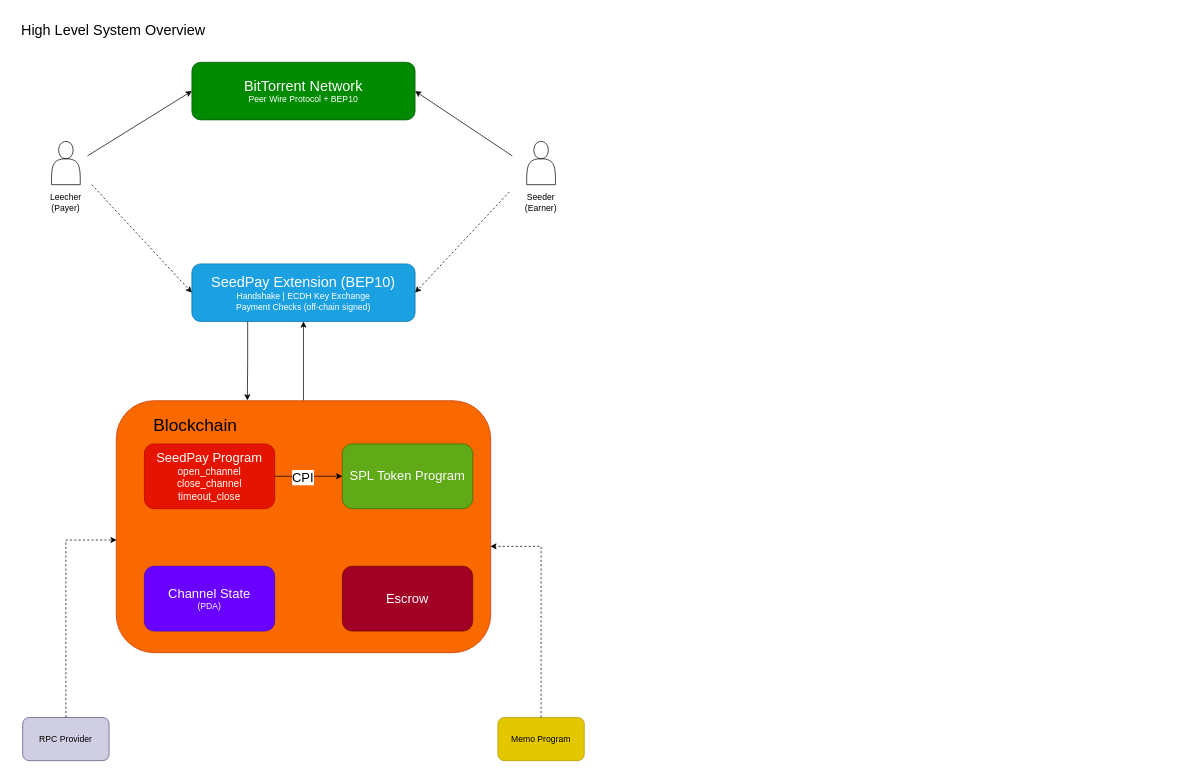
This is docs/seedpay.drawio from seedpay-protocol/seedpay-solana, a draw.io file, before an edit. Source tidied: cells renumbered, new cells numbered last; positions are measured from the earlier drawing's top-left corner, leaving out a move shared by most shapes. Both pictures are drawn from the tidied source at 72%, with x=0, y=0 at pixel (12, 19).
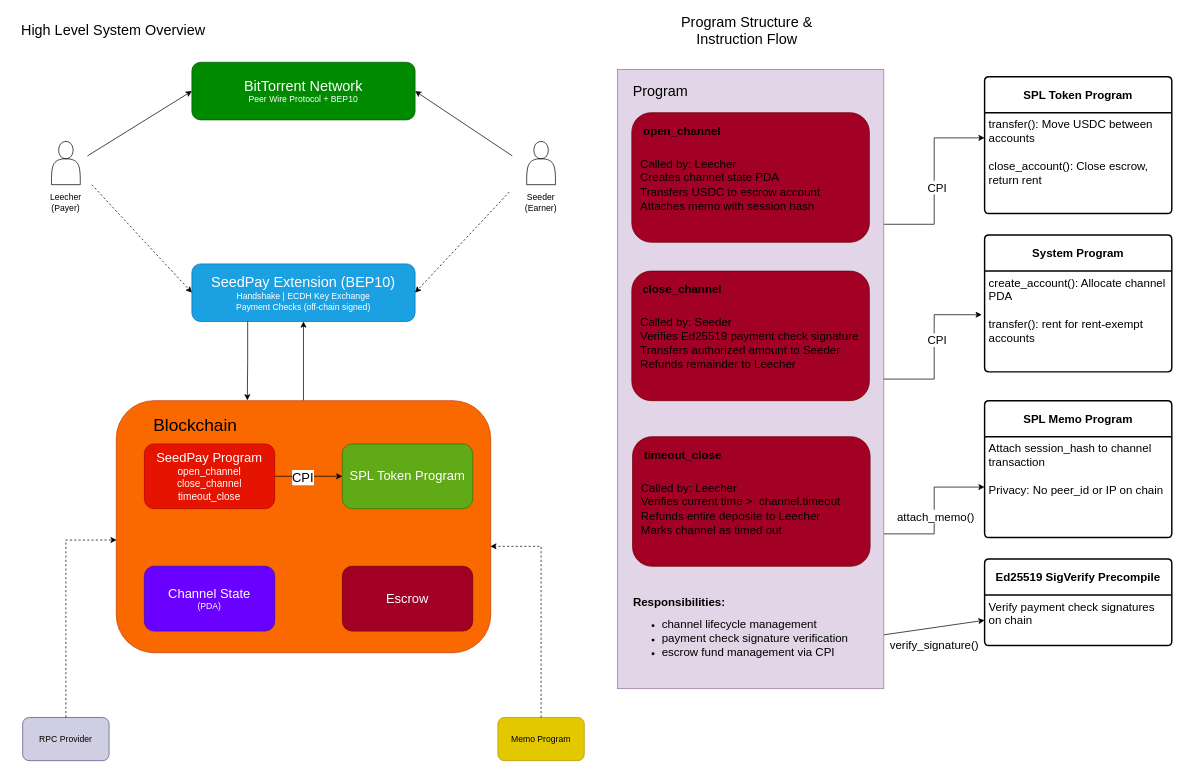
After the change.

Commit message (it also covers changes not shown here):
added program structure

Change to the diagram source:
```diff
@@
+    <mxCell id="27" value="&lt;font style=&quot;font-size: 20px;&quot;&gt;Program Structure &amp;amp; Instruction Flow&lt;/font&gt;" style="text;html=1;whiteSpace=wrap;strokeColor=none;fillColor=none;align=center;verticalAlign=middle;rounded=0;" parent="1" vertex="1">
+      <mxGeometry x="880" width="280" height="30" as="geometry" />
+    </mxCell>
+    <mxCell id="28" style="edgeStyle=orthogonalEdgeStyle;rounded=0;jettySize=auto;html=1;exitX=1;exitY=0.25;exitDx=0;exitDy=0;entryX=0;entryY=0.25;entryDx=0;entryDy=0;" parent="1" edge="1" source="32" target="45">
+      <mxGeometry relative="1" as="geometry" />
+    </mxCell>
+    <mxCell id="29" value="&lt;font style=&quot;font-size: 16px;&quot;&gt;CPI&lt;/font&gt;" style="edgeLabel;html=1;align=center;verticalAlign=middle;" parent="28" vertex="1">
+      <mxGeometry x="-0.06" y="-3" relative="1" as="geometry" />
+    </mxCell>
+    <mxCell id="30" style="edgeStyle=orthogonalEdgeStyle;rounded=0;jettySize=auto;html=1;exitX=1;exitY=0.75;exitDx=0;exitDy=0;entryX=0;entryY=0.5;entryDx=0;entryDy=0;" parent="1" edge="1" source="32" target="51">
+      <mxGeometry relative="1" as="geometry" />
+    </mxCell>
+    <mxCell id="31" value="&lt;font style=&quot;font-size: 16px;&quot;&gt;attach_memo()&lt;/font&gt;" style="edgeLabel;html=1;align=center;verticalAlign=middle;" parent="30" vertex="1">
+      <mxGeometry x="-0.07" y="-1" relative="1" as="geometry" />
+    </mxCell>
+    <mxCell id="32" style="rounded=0;whiteSpace=wrap;html=1;fillColor=light-dark(#E1D5E7,#CC99FF);strokeColor=#9673a6;gradientColor=none;" parent="1" vertex="1">
+      <mxGeometry x="840" y="70" width="370" height="860" as="geometry" />
+    </mxCell>
+    <mxCell id="33" value="&lt;font style=&quot;color: light-dark(rgb(0, 0, 0), rgb(0, 0, 0)); font-size: 20px;&quot;&gt;Program&lt;/font&gt;" style="text;html=1;whiteSpace=wrap;strokeColor=none;fillColor=none;align=center;verticalAlign=middle;rounded=0;" parent="1" vertex="1">
+      <mxGeometry x="870" y="85" width="60" height="30" as="geometry" />
+    </mxCell>
+    <mxCell id="34" style="rounded=1;whiteSpace=wrap;html=1;fillColor=#a20025;strokeColor=#6F0000;fontColor=#ffffff;" parent="1" vertex="1">
+      <mxGeometry x="860" y="130" width="330" height="180" as="geometry" />
+    </mxCell>
+    <mxCell id="35" value="&lt;b&gt;&lt;font style=&quot;color: light-dark(rgb(0, 0, 0), rgb(0, 0, 0)); font-size: 16px;&quot;&gt;open_channel&lt;/font&gt;&lt;/b&gt;" style="text;html=1;whiteSpace=wrap;strokeColor=none;fillColor=none;align=center;verticalAlign=middle;rounded=0;" parent="1" vertex="1">
+      <mxGeometry x="880" y="140" width="100" height="30" as="geometry" />
+    </mxCell>
+    <mxCell id="36" value="&lt;font style=&quot;color: light-dark(rgb(0, 0, 0), rgb(0, 0, 0));&quot;&gt;&lt;span style=&quot;font-size: 16px;&quot;&gt;Called by: Leecher&lt;/span&gt;&lt;/font&gt;&lt;div&gt;&lt;font style=&quot;color: light-dark(rgb(0, 0, 0), rgb(0, 0, 0));&quot;&gt;&lt;span style=&quot;font-size: 16px;&quot;&gt;Creates channel state PDA&lt;/span&gt;&lt;/font&gt;&lt;/div&gt;&lt;div&gt;&lt;font style=&quot;color: light-dark(rgb(0, 0, 0), rgb(0, 0, 0));&quot;&gt;&lt;span style=&quot;font-size: 16px;&quot;&gt;Transfers USDC to escrow account&lt;/span&gt;&lt;/font&gt;&lt;/div&gt;&lt;div&gt;&lt;font style=&quot;color: light-dark(rgb(0, 0, 0), rgb(0, 0, 0));&quot;&gt;&lt;span style=&quot;font-size: 16px;&quot;&gt;Attaches memo with session hash&lt;/span&gt;&lt;/font&gt;&lt;/div&gt;" style="text;html=1;whiteSpace=wrap;strokeColor=none;fillColor=none;align=left;verticalAlign=middle;rounded=0;" parent="1" vertex="1">
+      <mxGeometry x="870" y="170" width="290" height="120" as="geometry" />
+    </mxCell>
+    <mxCell id="37" style="rounded=1;whiteSpace=wrap;html=1;fillColor=#a20025;strokeColor=#6F0000;fontColor=#ffffff;" parent="1" vertex="1">
+      <mxGeometry x="860" y="350" width="330" height="180" as="geometry" />
+    </mxCell>
+    <mxCell id="38" value="&lt;b&gt;&lt;font style=&quot;color: light-dark(rgb(0, 0, 0), rgb(0, 0, 0)); font-size: 16px;&quot;&gt;close_channel&lt;/font&gt;&lt;/b&gt;" style="text;html=1;whiteSpace=wrap;strokeColor=none;fillColor=none;align=center;verticalAlign=middle;rounded=0;" parent="1" vertex="1">
+      <mxGeometry x="880" y="360" width="100" height="30" as="geometry" />
+    </mxCell>
+    <mxCell id="39" value="&lt;font style=&quot;color: light-dark(rgb(0, 0, 0), rgb(0, 0, 0));&quot;&gt;&lt;span style=&quot;font-size: 16px;&quot;&gt;Called by: Seeder&lt;br&gt;&lt;/span&gt;&lt;/font&gt;&lt;div&gt;&lt;span style=&quot;background-color: transparent; font-size: 16px;&quot;&gt;&lt;font style=&quot;color: light-dark(rgb(0, 0, 0), rgb(0, 0, 0));&quot;&gt;Verifies Ed25519 payment check signature&lt;/font&gt;&lt;/span&gt;&lt;/div&gt;&lt;div&gt;&lt;span style=&quot;font-size: 16px; color: light-dark(rgb(0, 0, 0), rgb(0, 0, 0)); background-color: transparent;&quot;&gt;Transfers authorized amount to Seeder&lt;/span&gt;&lt;/div&gt;&lt;div&gt;&lt;span style=&quot;font-size: 16px; color: light-dark(rgb(0, 0, 0), rgb(0, 0, 0)); background-color: transparent;&quot;&gt;Refunds remainder to Leecher&lt;/span&gt;&lt;/div&gt;" style="text;html=1;whiteSpace=wrap;strokeColor=none;fillColor=none;align=left;verticalAlign=middle;rounded=0;" parent="1" vertex="1">
+      <mxGeometry x="870" y="390" width="310" height="120" as="geometry" />
+    </mxCell>
+    <mxCell id="40" style="rounded=1;whiteSpace=wrap;html=1;fillColor=#a20025;strokeColor=#6F0000;fontColor=#ffffff;" parent="1" vertex="1">
+      <mxGeometry x="861" y="580" width="330" height="180" as="geometry" />
+    </mxCell>
+    <mxCell id="41" value="&lt;b&gt;&lt;font style=&quot;color: light-dark(rgb(0, 0, 0), rgb(0, 0, 0)); font-size: 16px;&quot;&gt;timeout_close&lt;/font&gt;&lt;/b&gt;" style="text;html=1;whiteSpace=wrap;strokeColor=none;fillColor=none;align=center;verticalAlign=middle;rounded=0;" parent="1" vertex="1">
+      <mxGeometry x="881" y="590" width="100" height="30" as="geometry" />
+    </mxCell>
+    <mxCell id="42" value="&lt;font style=&quot;color: light-dark(rgb(0, 0, 0), rgb(0, 0, 0));&quot;&gt;&lt;span style=&quot;font-size: 16px;&quot;&gt;Called by: Leecher&lt;br&gt;&lt;/span&gt;&lt;/font&gt;&lt;div&gt;&lt;span style=&quot;background-color: transparent; color: light-dark(rgb(0, 0, 0), rgb(0, 0, 0)); font-size: 16px;&quot;&gt;Verifies current time &amp;gt;&amp;nbsp; channel.timeout&lt;/span&gt;&lt;/div&gt;&lt;div&gt;&lt;span style=&quot;background-color: transparent; color: light-dark(rgb(0, 0, 0), rgb(0, 0, 0)); font-size: 16px;&quot;&gt;Refunds entire deposite to Leecher&lt;/span&gt;&lt;/div&gt;&lt;div&gt;&lt;font style=&quot;color: light-dark(rgb(0, 0, 0), rgb(0, 0, 0));&quot;&gt;&lt;span style=&quot;font-size: 16px;&quot;&gt;Marks channel as timed out&lt;/span&gt;&lt;/font&gt;&lt;/div&gt;" style="text;html=1;whiteSpace=wrap;strokeColor=none;fillColor=none;align=left;verticalAlign=middle;rounded=0;" parent="1" vertex="1">
+      <mxGeometry x="871" y="620" width="310" height="120" as="geometry" />
+    </mxCell>
+    <mxCell id="43" value="&lt;font style=&quot;color: light-dark(rgb(0, 0, 0), rgb(0, 0, 0));&quot;&gt;&lt;span style=&quot;font-size: 16px;&quot;&gt;&lt;b style=&quot;&quot;&gt;Responsibilities:&lt;/b&gt;&lt;/span&gt;&lt;/font&gt;&lt;div&gt;&lt;ul&gt;&lt;li&gt;&lt;font style=&quot;color: light-dark(rgb(0, 0, 0), rgb(0, 0, 0));&quot;&gt;&lt;span style=&quot;font-size: 16px;&quot;&gt;channel lifecycle management&lt;/span&gt;&lt;/font&gt;&lt;/li&gt;&lt;li&gt;&lt;font style=&quot;color: light-dark(rgb(0, 0, 0), rgb(0, 0, 0));&quot;&gt;&lt;span style=&quot;font-size: 16px;&quot;&gt;payment check signature verification&lt;/span&gt;&lt;/font&gt;&lt;/li&gt;&lt;li&gt;&lt;font style=&quot;color: light-dark(rgb(0, 0, 0), rgb(0, 0, 0));&quot;&gt;&lt;span style=&quot;font-size: 16px;&quot;&gt;escrow fund management via CPI&lt;/span&gt;&lt;/font&gt;&lt;/li&gt;&lt;/ul&gt;&lt;/div&gt;" style="text;html=1;whiteSpace=wrap;strokeColor=none;fillColor=none;align=left;verticalAlign=middle;rounded=0;" parent="1" vertex="1">
+      <mxGeometry x="860" y="790" width="310" height="120" as="geometry" />
+    </mxCell>
+    <mxCell id="44" value="&lt;b&gt;&lt;font style=&quot;font-size: 16px;&quot;&gt;SPL Token Program&lt;/font&gt;&lt;/b&gt;" style="swimlane;horizontal=1;startSize=50;rounded=1;fontSize=14;fontStyle=0;strokeWidth=2;shadow=0;dashed=0;align=center;arcSize=4;whiteSpace=wrap;html=1;" parent="1" vertex="1">
+      <mxGeometry x="1350" y="80" width="260" height="190" as="geometry" />
+    </mxCell>
+    <mxCell id="45" value="&lt;font style=&quot;font-size: 16px;&quot;&gt;transfer(): Move USDC between accounts&lt;/font&gt;&lt;div&gt;&lt;span style=&quot;font-size: 16px;&quot;&gt;&lt;br&gt;&lt;/span&gt;&lt;/div&gt;&lt;div&gt;&lt;span style=&quot;font-size: 16px;&quot;&gt;close_account(): Close escrow, return rent&lt;br&gt;&lt;/span&gt;&lt;div&gt;&lt;font style=&quot;font-size: 16px;&quot;&gt;&lt;br&gt;&lt;/font&gt;&lt;/div&gt;&lt;div&gt;&lt;font style=&quot;font-size: 16px;&quot;&gt;&lt;br&gt;&lt;/font&gt;&lt;/div&gt;&lt;/div&gt;" style="align=left;strokeColor=none;fillColor=none;spacingLeft=4;spacingRight=4;fontSize=12;verticalAlign=top;html=1;whiteSpace=wrap;" parent="44" vertex="1">
+      <mxGeometry y="50" width="260" height="140" as="geometry" />
+    </mxCell>
+    <mxCell id="46" value="&lt;b&gt;&lt;font style=&quot;font-size: 16px;&quot;&gt;System Program&lt;/font&gt;&lt;/b&gt;" style="swimlane;horizontal=1;startSize=50;rounded=1;fontSize=14;fontStyle=0;strokeWidth=2;shadow=0;dashed=0;align=center;arcSize=4;whiteSpace=wrap;html=1;" parent="1" vertex="1">
+      <mxGeometry x="1350" y="300" width="260" height="190" as="geometry" />
+    </mxCell>
+    <mxCell id="47" value="&lt;div&gt;&lt;div&gt;&lt;font style=&quot;font-size: 16px;&quot;&gt;create_account(): Allocate channel PDA&lt;/font&gt;&lt;/div&gt;&lt;/div&gt;&lt;div&gt;&lt;font style=&quot;font-size: 16px;&quot;&gt;&lt;br&gt;&lt;/font&gt;&lt;/div&gt;&lt;div&gt;&lt;font style=&quot;font-size: 16px;&quot;&gt;transfer(): rent for rent-exempt accounts&lt;/font&gt;&lt;/div&gt;" style="align=left;strokeColor=none;fillColor=none;spacingLeft=4;spacingRight=4;fontSize=12;verticalAlign=top;html=1;whiteSpace=wrap;" parent="46" vertex="1">
+      <mxGeometry y="50" width="260" height="140" as="geometry" />
+    </mxCell>
+    <mxCell id="48" style="edgeStyle=orthogonalEdgeStyle;rounded=0;jettySize=auto;html=1;exitX=1;exitY=0.5;exitDx=0;exitDy=0;entryX=-0.015;entryY=0.433;entryDx=0;entryDy=0;entryPerimeter=0;" parent="1" edge="1" source="32" target="47">
+      <mxGeometry relative="1" as="geometry" />
+    </mxCell>
+    <mxCell id="49" value="&lt;font style=&quot;font-size: 16px;&quot;&gt;CPI&lt;/font&gt;" style="edgeLabel;html=1;align=center;verticalAlign=middle;" parent="48" vertex="1">
+      <mxGeometry x="0.11" y="-3" relative="1" as="geometry" />
+    </mxCell>
+    <mxCell id="50" value="&lt;b&gt;&lt;font style=&quot;font-size: 16px;&quot;&gt;SPL Memo Program&lt;/font&gt;&lt;/b&gt;" style="swimlane;horizontal=1;startSize=50;rounded=1;fontSize=14;fontStyle=0;strokeWidth=2;shadow=0;dashed=0;align=center;arcSize=4;whiteSpace=wrap;html=1;" parent="1" vertex="1">
+      <mxGeometry x="1350" y="530" width="260" height="190" as="geometry" />
+    </mxCell>
+    <mxCell id="51" value="&lt;div&gt;&lt;div&gt;&lt;span style=&quot;font-size: 16px;&quot;&gt;Attach session_hash to channel transaction&lt;/span&gt;&lt;/div&gt;&lt;/div&gt;&lt;div&gt;&lt;span style=&quot;font-size: 16px;&quot;&gt;&lt;br&gt;&lt;/span&gt;&lt;/div&gt;&lt;div&gt;&lt;span style=&quot;font-size: 16px;&quot;&gt;Privacy: No peer_id or IP on chain&lt;/span&gt;&lt;/div&gt;" style="align=left;strokeColor=none;fillColor=none;spacingLeft=4;spacingRight=4;fontSize=12;verticalAlign=top;html=1;whiteSpace=wrap;" parent="50" vertex="1">
+      <mxGeometry y="50" width="260" height="140" as="geometry" />
+    </mxCell>
+    <mxCell id="52" value="&lt;b&gt;&lt;font style=&quot;font-size: 16px;&quot;&gt;Ed25519 SigVerify Precompile&lt;/font&gt;&lt;/b&gt;" style="swimlane;horizontal=1;startSize=50;rounded=1;fontSize=14;fontStyle=0;strokeWidth=2;shadow=0;dashed=0;align=center;arcSize=4;whiteSpace=wrap;html=1;" parent="1" vertex="1">
+      <mxGeometry x="1350" y="750" width="260" height="120" as="geometry" />
+    </mxCell>
+    <mxCell id="53" value="&lt;div&gt;&lt;div&gt;&lt;span style=&quot;font-size: 16px;&quot;&gt;Verify payment check signatures on chain&lt;/span&gt;&lt;/div&gt;&lt;/div&gt;" style="align=left;strokeColor=none;fillColor=none;spacingLeft=4;spacingRight=4;fontSize=12;verticalAlign=top;html=1;whiteSpace=wrap;" parent="52" vertex="1">
+      <mxGeometry y="50" width="260" height="70" as="geometry" />
+    </mxCell>
+    <mxCell id="54" style="edgeStyle=orthogonalEdgeStyle;rounded=0;orthogonalLoop=1;jettySize=auto;html=1;exitX=0.5;exitY=1;exitDx=0;exitDy=0;" parent="52" edge="1" source="53" target="53">
+      <mxGeometry relative="1" as="geometry" />
+    </mxCell>
+    <mxCell id="55" style="edgeStyle=orthogonalEdgeStyle;rounded=0;orthogonalLoop=1;jettySize=auto;html=1;exitX=0.5;exitY=1;exitDx=0;exitDy=0;" parent="52" edge="1" source="53" target="53">
+      <mxGeometry relative="1" as="geometry" />
+    </mxCell>
+    <mxCell id="56" style="endArrow=classic;html=1;rounded=0;exitX=1.001;exitY=0.913;exitDx=0;exitDy=0;exitPerimeter=0;entryX=0;entryY=0.5;entryDx=0;entryDy=0;" parent="1" edge="1" source="32" target="53">
+      <mxGeometry relative="1" as="geometry" />
+    </mxCell>
+    <mxCell id="57" value="&lt;font style=&quot;font-size: 16px;&quot;&gt;verify_signature()&lt;/font&gt;" style="edgeLabel;html=1;align=center;verticalAlign=middle;" parent="56" vertex="1">
+      <mxGeometry x="0.03" y="-2" relative="1" as="geometry">
+        <mxPoint x="-3" y="23" as="offset" />
+      </mxGeometry>
+    </mxCell>
```
